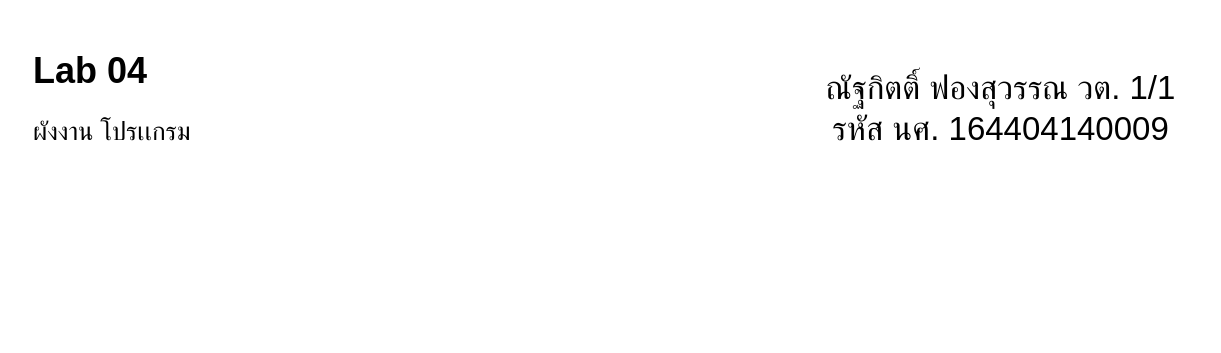
Above: LAB04.drawio in ENDERCAFe/Computer_Programming_Lab (draw.io), before the change. Source tidied: cells renumbered, new cells numbered last; positions are measured from the earlier drawing's top-left corner, leaving out a move shared by most shapes. Both pictures are drawn from the tidied source at 150%, with x=0, y=0 at pixel (26, 40).
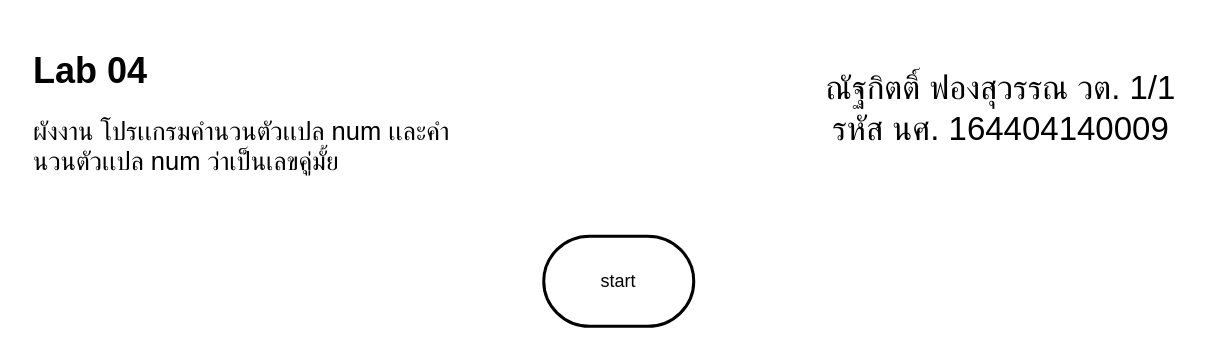
After the change.

The edit, as a diff of the source:
```diff
@@
 <mxGraphModel>
   <root>
     <mxCell id="0" />
     <mxCell id="1" parent="0" />
     <mxCell id="2" value="&lt;font style=&quot;font-size: 22px&quot;&gt;ณัฐกิตติ์ ฟองสุวรรณ วต. 1/1&lt;br&gt;รหัส นศ. 164404140009&lt;br&gt;&lt;/font&gt;" style="text;html=1;strokeColor=none;fillColor=none;align=center;verticalAlign=middle;whiteSpace=wrap;rounded=0;" parent="1" vertex="1">
       <mxGeometry x="520" y="35" width="260" height="20" as="geometry" />
     </mxCell>
-    <mxCell id="3" value="&lt;h1&gt;Lab 04&lt;/h1&gt;&lt;p&gt;&lt;font style=&quot;font-size: 17px&quot;&gt;ผังงาน โปรเเกรม&lt;br&gt;&lt;/font&gt;&lt;/p&gt;" style="text;html=1;strokeColor=none;fillColor=none;spacing=5;spacingTop=-20;whiteSpace=wrap;overflow=hidden;rounded=0;" parent="1" vertex="1">
+    <mxCell id="3" value="&lt;h1&gt;Lab 04&lt;/h1&gt;&lt;p&gt;&lt;font style=&quot;font-size: 17px&quot;&gt;ผังงาน โปรเเกรมคำนวนตัวเเปล num เเละคำนวนตัวเเปล num ว่าเป็นเลขคู่มั้ย&lt;br&gt;&lt;/font&gt;&lt;/p&gt;" style="text;html=1;strokeColor=none;fillColor=none;spacing=5;spacingTop=-20;whiteSpace=wrap;overflow=hidden;rounded=0;" parent="1" vertex="1">
       <mxGeometry width="290" height="90" as="geometry" />
     </mxCell>
+    <mxCell id="4" value="start" style="strokeWidth=2;html=1;shape=mxgraph.flowchart.terminator;whiteSpace=wrap;" parent="1" vertex="1">
+      <mxGeometry x="345" y="130" width="100" height="60" as="geometry" />
+    </mxCell>
   </root>
 </mxGraphModel>
```
